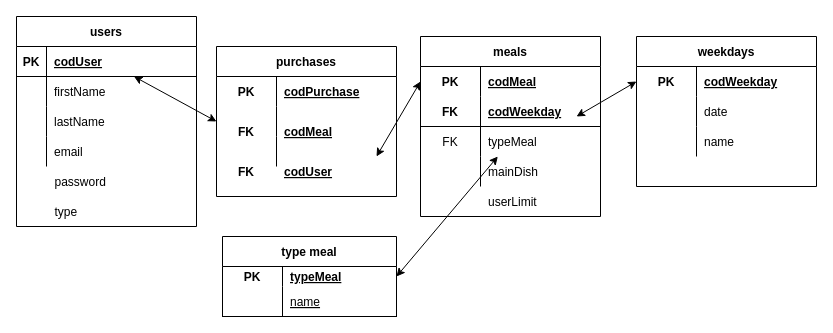
This is planificacao/database.drawio from JorickM/Senhas-Refeitorio, a draw.io file, before an edit. Source tidied: cells renumbered, new cells numbered last; positions are measured from the earlier drawing's top-left corner, leaving out a move shared by most shapes. Both pictures are drawn from the tidied source at 100%, with x=0, y=0 at pixel (16, -104).
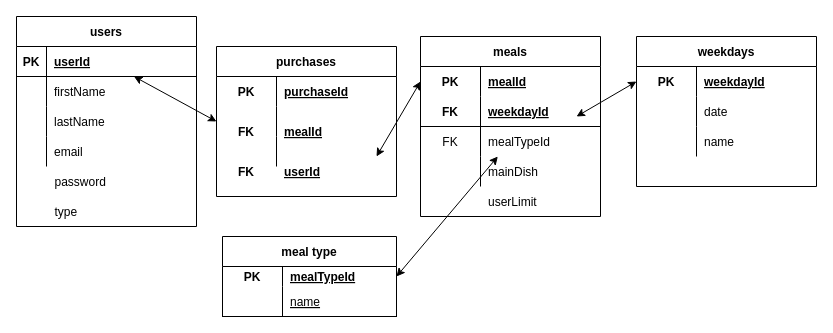
Above is the later version.

The change refers to these unchanged cells:
```xml
<mxCell id="5" style="shape=partialRectangle;fillColor=none;top=0;left=0;bottom=1;right=0;points=[[0,0.5],[1,0.5]];portConstraint=eastwest;" parent="4" vertex="1">
  <mxGeometry y="30" width="180" height="30" as="geometry" />
</mxCell>
<mxCell id="22" style="shape=partialRectangle;fillColor=none;top=0;left=0;bottom=0;right=0;points=[[0,0.5],[1,0.5]];portConstraint=eastwest;" parent="21" vertex="1">
  <mxGeometry y="30" width="180" height="30" as="geometry" />
</mxCell>
<mxCell id="25" style="shape=partialRectangle;fillColor=none;top=0;left=0;bottom=1;right=0;" parent="21" vertex="1">
  <mxGeometry y="60" width="180" height="30" as="geometry" />
</mxCell>
<mxCell id="28" style="shape=partialRectangle;fillColor=none;top=0;left=0;bottom=0;right=0;points=[[0,0.5],[1,0.5]];portConstraint=eastwest;" parent="21" vertex="1">
  <mxGeometry y="90" width="180" height="30" as="geometry" />
</mxCell>
<mxCell id="37" style="shape=partialRectangle;fillColor=none;top=0;left=0;bottom=0;right=0;points=[[0,0.5],[1,0.5]];portConstraint=eastwest;" parent="36" vertex="1">
  <mxGeometry y="30" width="180" height="30" as="geometry" />
</mxCell>
<mxCell id="47" style="shape=partialRectangle;fillColor=none;top=0;left=0;bottom=0;right=0;points=[[0,0.5],[1,0.5]];portConstraint=eastwest;" parent="46" vertex="1">
  <mxGeometry y="30" width="174" height="20" as="geometry" />
</mxCell>
<mxCell id="57" style="shape=partialRectangle;fillColor=none;top=0;left=0;bottom=0;right=0;" parent="56" vertex="1">
  <mxGeometry y="30" width="180" height="30" as="geometry" />
</mxCell>
```

What changed in the source:
```diff
@@
-    <mxCell id="7" value="codUser" style="shape=partialRectangle;fillColor=none;top=0;left=0;bottom=0;right=0;align=left;spacingLeft=6;fontStyle=5;overflow=hidden;" parent="5" vertex="1">
+    <mxCell id="7" value="userId" style="shape=partialRectangle;fillColor=none;top=0;left=0;bottom=0;right=0;align=left;spacingLeft=6;fontStyle=5;overflow=hidden;" parent="5" vertex="1">
       <mxGeometry x="30" width="150" height="30" as="geometry" />
     </mxCell>
@@
-    <mxCell id="24" value="codMeal" style="shape=partialRectangle;fillColor=none;top=0;left=0;bottom=0;right=0;align=left;spacingLeft=6;fontStyle=5;overflow=hidden;" parent="22" vertex="1">
+    <mxCell id="24" value="mealId" style="shape=partialRectangle;fillColor=none;top=0;left=0;bottom=0;right=0;align=left;spacingLeft=6;fontStyle=5;overflow=hidden;" parent="22" vertex="1">
       <mxGeometry x="60" width="120" height="30" as="geometry" />
     </mxCell>
@@
-    <mxCell id="27" value="codWeekday" style="shape=partialRectangle;fillColor=none;top=0;left=0;bottom=0;right=0;align=left;spacingLeft=6;fontStyle=5;overflow=hidden;" parent="25" vertex="1">
+    <mxCell id="27" value="weekdayId" style="shape=partialRectangle;fillColor=none;top=0;left=0;bottom=0;right=0;align=left;spacingLeft=6;fontStyle=5;overflow=hidden;" parent="25" vertex="1">
       <mxGeometry x="60" width="120" height="30" as="geometry" />
     </mxCell>
@@
-    <mxCell id="30" value="typeMeal" style="shape=partialRectangle;fillColor=none;top=0;left=0;bottom=0;right=0;align=left;spacingLeft=6;overflow=hidden;" parent="28" vertex="1">
+    <mxCell id="30" value="mealTypeId" style="shape=partialRectangle;fillColor=none;top=0;left=0;bottom=0;right=0;align=left;spacingLeft=6;overflow=hidden;" parent="28" vertex="1">
       <mxGeometry x="60" width="120" height="30" as="geometry" />
     </mxCell>
@@
-    <mxCell id="39" value="codWeekday" style="shape=partialRectangle;fillColor=none;top=0;left=0;bottom=0;right=0;align=left;spacingLeft=6;fontStyle=5;overflow=hidden;" parent="37" vertex="1">
+    <mxCell id="39" value="weekdayId" style="shape=partialRectangle;fillColor=none;top=0;left=0;bottom=0;right=0;align=left;spacingLeft=6;fontStyle=5;overflow=hidden;" parent="37" vertex="1">
       <mxGeometry x="60" width="120" height="30" as="geometry" />
     </mxCell>
@@
-    <mxCell id="46" value="type meal" style="shape=table;startSize=30;childLayout=tableLayout;rowLines=0;fontStyle=1;align=center;strokeColor=default;" parent="1" vertex="1">
+    <mxCell id="46" value="meal type" style="shape=table;startSize=30;childLayout=tableLayout;rowLines=0;fontStyle=1;align=center;strokeColor=default;" parent="1" vertex="1">
       <mxGeometry x="206" y="340" width="174" height="80" as="geometry" />
     </mxCell>
@@
-    <mxCell id="49" value="typeMeal" style="shape=partialRectangle;fillColor=none;top=0;left=0;bottom=0;right=0;align=left;spacingLeft=6;fontStyle=5;overflow=hidden;" parent="47" vertex="1">
+    <mxCell id="49" value="mealTypeId" style="shape=partialRectangle;fillColor=none;top=0;left=0;bottom=0;right=0;align=left;spacingLeft=6;fontStyle=5;overflow=hidden;" parent="47" vertex="1">
       <mxGeometry x="60" width="114" height="20" as="geometry" />
     </mxCell>
@@
-    <mxCell id="59" value="codPurchase" style="shape=partialRectangle;fillColor=none;top=0;left=0;bottom=0;right=0;align=left;spacingLeft=6;fontStyle=5;overflow=hidden;" parent="57" vertex="1">
+    <mxCell id="59" value="purchaseId" style="shape=partialRectangle;fillColor=none;top=0;left=0;bottom=0;right=0;align=left;spacingLeft=6;fontStyle=5;overflow=hidden;" parent="57" vertex="1">
       <mxGeometry x="60" width="120" height="30" as="geometry" />
     </mxCell>
@@
-    <mxCell id="66" value="codMeal" style="shape=partialRectangle;fillColor=none;top=0;left=0;bottom=0;right=0;align=left;spacingLeft=6;fontStyle=5;overflow=hidden;strokeColor=none;" parent="1" vertex="1">
+    <mxCell id="66" value="mealId" style="shape=partialRectangle;fillColor=none;top=0;left=0;bottom=0;right=0;align=left;spacingLeft=6;fontStyle=5;overflow=hidden;strokeColor=none;" parent="1" vertex="1">
       <mxGeometry x="260" y="220" width="120" height="30" as="geometry" />
     </mxCell>
-    <mxCell id="67" value="codUser" style="shape=partialRectangle;fillColor=none;top=0;left=0;bottom=0;right=0;align=left;spacingLeft=6;fontStyle=5;overflow=hidden;strokeColor=none;" parent="1" vertex="1">
+    <mxCell id="67" value="userId" style="shape=partialRectangle;fillColor=none;top=0;left=0;bottom=0;right=0;align=left;spacingLeft=6;fontStyle=5;overflow=hidden;strokeColor=none;" parent="1" vertex="1">
       <mxGeometry x="260" y="260" width="120" height="30" as="geometry" />
     </mxCell>
```
